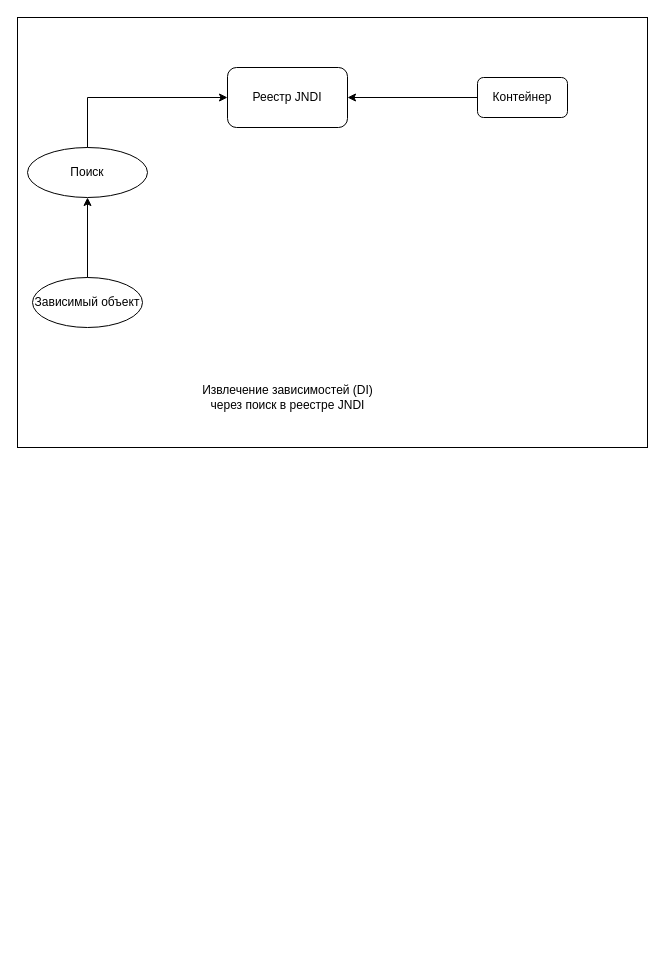
This is Диаграмма без названия.drawio from Oleg595/io_diagrams, a draw.io file, before an edit. Source tidied: cells renumbered, new cells numbered last; positions are measured from the earlier drawing's top-left corner, leaving out a move shared by most shapes. Both pictures are drawn from the tidied source at 100%, with x=0, y=0 at pixel (17, 17).
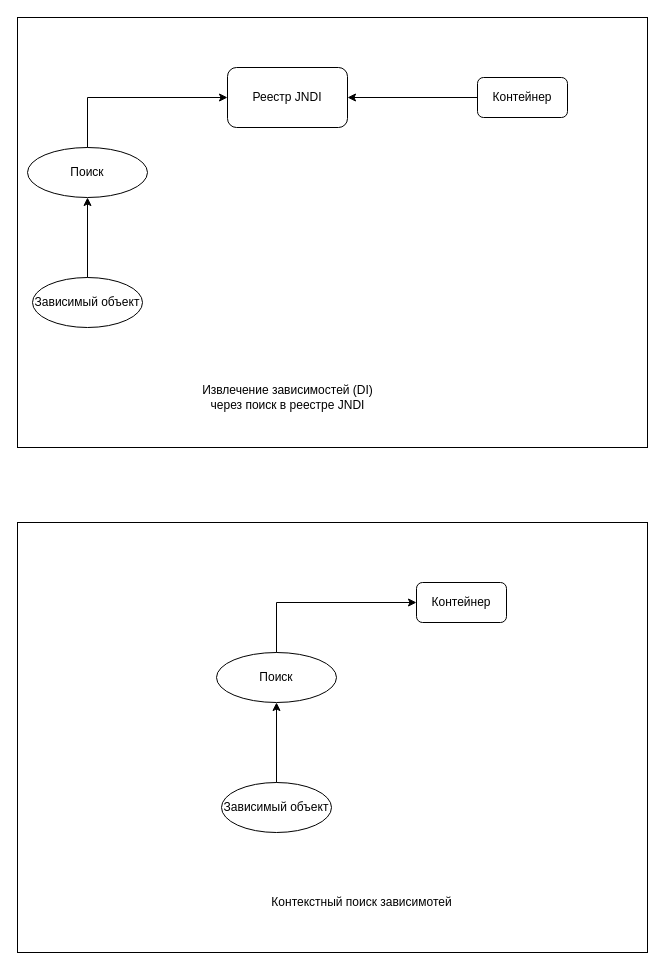
After the change.

Change to the diagram source:
```diff
@@
+    <mxCell id="11" style="rounded=0;whiteSpace=wrap;html=1;" parent="1" vertex="1">
+      <mxGeometry y="505" width="630" height="430" as="geometry" />
+    </mxCell>
+    <mxCell id="12" value="Поиск" style="ellipse;whiteSpace=wrap;html=1;" parent="1" vertex="1">
+      <mxGeometry x="199" y="635" width="120" height="50" as="geometry" />
+    </mxCell>
+    <mxCell id="13" style="endArrow=classic;html=1;rounded=0;exitX=0.5;exitY=0;exitDx=0;exitDy=0;entryX=0;entryY=0.5;entryDx=0;entryDy=0;" parent="1" edge="1" source="12">
+      <mxGeometry relative="1" as="geometry">
+        <mxPoint x="399" y="585" as="targetPoint" />
+        <Array as="points">
+          <mxPoint x="259" y="585" />
+        </Array>
+      </mxGeometry>
+    </mxCell>
+    <mxCell id="14" value="Зависимый объект" style="ellipse;whiteSpace=wrap;html=1;" parent="1" vertex="1">
+      <mxGeometry x="204" y="765" width="110" height="50" as="geometry" />
+    </mxCell>
+    <mxCell id="15" style="endArrow=classic;html=1;rounded=0;exitX=0.5;exitY=0;exitDx=0;exitDy=0;entryX=0.5;entryY=1;entryDx=0;entryDy=0;" parent="1" edge="1" source="14" target="12">
+      <mxGeometry relative="1" as="geometry" />
+    </mxCell>
+    <mxCell id="16" value="Контекстный поиск зависимотей" style="text;html=1;align=center;verticalAlign=middle;strokeColor=none;fillColor=none;" parent="1" vertex="1">
+      <mxGeometry x="244" y="870" width="200" height="30" as="geometry" />
+    </mxCell>
+    <mxCell id="17" value="Контейнер" style="rounded=1;whiteSpace=wrap;html=1;" parent="1" vertex="1">
+      <mxGeometry x="399" y="565" width="90" height="40" as="geometry" />
+    </mxCell>
```
